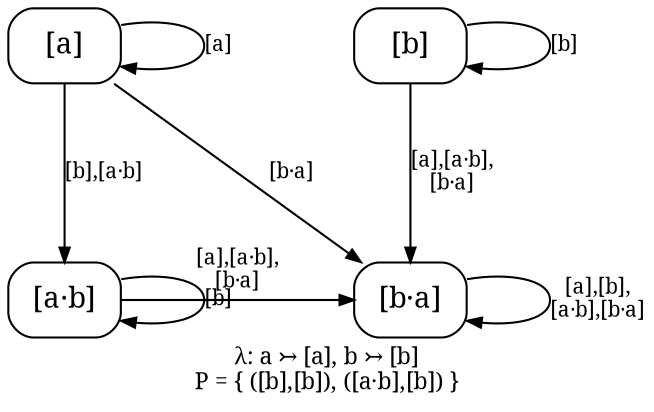
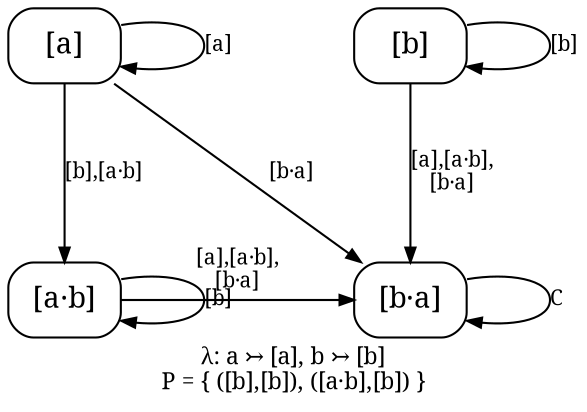
// sos2cayley astar_bomega.sos --rename a=a,!a=b
digraph core_F0_astar_bomega_b {
  rankdir=TB;
  ranksep=0.87; nodesep=0.55;
  node [shape=box, style=rounded, fontname="serif", margin="0.06,0.03"];
  edge [fontname="serif", fontsize=10, arrowsize=0.7];
  label="λ: a ↣ [a], b ↣ [b]\nP = { ([b],[b]), ([a·b],[b]) }";
  labelloc="b"; labeljust="c"; fontname="serif"; fontsize=11;

  a [label="[a]"];
  b [label="[b]"];
  ab [label="[a·b]"];
  ba [label="[b·a]"];

  { rank=same; a b; }
  { rank=same; ab ba; }

  a -> a [label="[a]", weight=1];
  a -> ab [label="[b],[a·b]", weight=3];
  a -> ba [label="[b·a]", weight=1];
  b -> ba [label="[a],[a·b],\n[b·a]", weight=3];
  b -> b [label="[b]", weight=1];
  ab -> ba [label="[a],[a·b],\n[b·a]", weight=1];
  ab -> ab [label="[b]", weight=1];
-   ba -> ba [label="[a],[b],\n[a·b],[b·a]", weight=1];
+   ba -> ba [label="C", weight=1];
}
